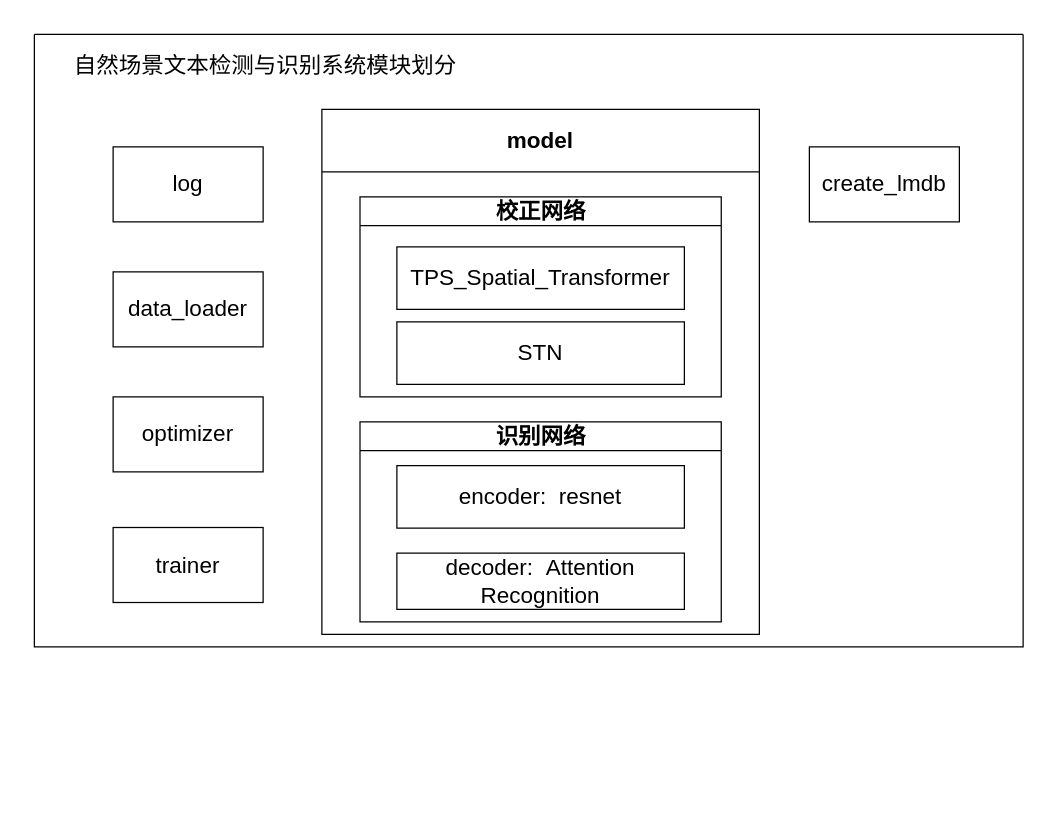
Above: 未命名绘图.drawio in Dong-J93/_pictures (draw.io), before the change. Source tidied: cells renumbered, new cells numbered last; positions are measured from the earlier drawing's top-left corner, leaving out a move shared by most shapes. Both pictures are drawn from the tidied source at 125%, with x=0, y=0 at pixel (21, 21).
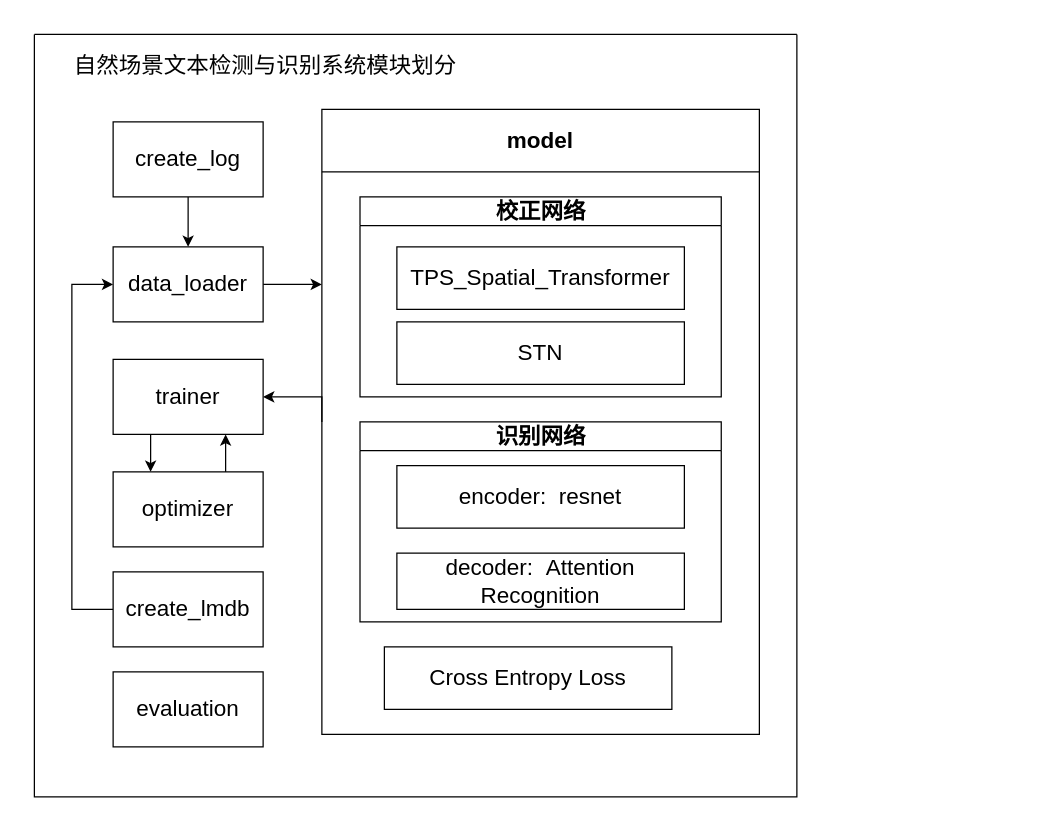
The same page after the edit.

Commit message:
更新未命名绘图.drawio

Change to the diagram source:
```diff
@@
     <mxCell id="2" style="swimlane;startSize=0;" parent="1" vertex="1">
-      <mxGeometry x="10" y="10" width="791" height="490" as="geometry" />
+      <mxGeometry x="10" y="10" width="610" height="610" as="geometry" />
     </mxCell>
+    <mxCell id="16" style="edgeStyle=orthogonalEdgeStyle;rounded=0;jettySize=auto;html=1;exitX=0;exitY=0.5;exitDx=0;exitDy=0;" parent="2" edge="1" source="3" target="11">
+      <mxGeometry relative="1" as="geometry">
+        <Array as="points">
+          <mxPoint x="230" y="290" />
+        </Array>
+      </mxGeometry>
+    </mxCell>
     <mxCell id="3" value="&lt;font style=&quot;font-size: 18px;&quot;&gt;model&lt;/font&gt;" style="swimlane;whiteSpace=wrap;html=1;startSize=50;" parent="2" vertex="1">
-      <mxGeometry x="230" y="60" width="350" height="420" as="geometry" />
+      <mxGeometry x="230" y="60" width="350" height="500" as="geometry" />
     </mxCell>
@@
+    <mxCell id="17" value="&lt;font style=&quot;font-size: 18px;&quot;&gt;Cross Entropy Loss&lt;/font&gt;" style="rounded=0;whiteSpace=wrap;html=1;" parent="3" vertex="1">
+      <mxGeometry x="50" y="430" width="230" height="50" as="geometry" />
+    </mxCell>
+    <mxCell id="18" style="edgeStyle=orthogonalEdgeStyle;rounded=0;jettySize=auto;html=1;exitX=1;exitY=0.5;exitDx=0;exitDy=0;" parent="2" edge="1" source="10">
+      <mxGeometry relative="1" as="geometry">
+        <mxPoint x="230" y="200" as="targetPoint" />
+        <Array as="points">
+          <mxPoint x="230" y="200" />
+        </Array>
+      </mxGeometry>
+    </mxCell>
     <mxCell id="10" value="&lt;font style=&quot;font-size: 18px;&quot;&gt;data_loader&lt;/font&gt;" style="rounded=0;whiteSpace=wrap;html=1;" parent="2" vertex="1">
-      <mxGeometry x="63" y="190" width="120" height="60" as="geometry" />
+      <mxGeometry x="63" y="170" width="120" height="60" as="geometry" />
     </mxCell>
+    <mxCell id="19" style="edgeStyle=orthogonalEdgeStyle;rounded=0;jettySize=auto;html=1;exitX=0.25;exitY=1;exitDx=0;exitDy=0;entryX=0.25;entryY=0;entryDx=0;entryDy=0;" parent="2" edge="1" source="11" target="12">
+      <mxGeometry relative="1" as="geometry" />
+    </mxCell>
-    <mxCell id="11" value="&lt;font style=&quot;font-size: 18px;&quot;&gt;optimizer&lt;/font&gt;" style="rounded=0;whiteSpace=wrap;html=1;" parent="2" vertex="1">
-      <mxGeometry x="63" y="290" width="120" height="60" as="geometry" />
+    <mxCell id="11" value="&lt;font style=&quot;font-size: 18px;&quot;&gt;trainer&lt;/font&gt;" style="rounded=0;whiteSpace=wrap;html=1;" parent="2" vertex="1">
+      <mxGeometry x="63" y="260" width="120" height="60" as="geometry" />
     </mxCell>
+    <mxCell id="20" style="edgeStyle=orthogonalEdgeStyle;rounded=0;jettySize=auto;html=1;exitX=0.75;exitY=0;exitDx=0;exitDy=0;entryX=0.75;entryY=1;entryDx=0;entryDy=0;" parent="2" edge="1" source="12" target="11">
+      <mxGeometry relative="1" as="geometry" />
+    </mxCell>
-    <mxCell id="12" value="&lt;span style=&quot;font-size: 18px;&quot;&gt;trainer&lt;/span&gt;" style="rounded=0;whiteSpace=wrap;html=1;" parent="2" vertex="1">
-      <mxGeometry x="63" y="394.5" width="120" height="60" as="geometry" />
+    <mxCell id="12" value="&lt;span style=&quot;font-size: 18px;&quot;&gt;optimizer&lt;/span&gt;" style="rounded=0;whiteSpace=wrap;html=1;" parent="2" vertex="1">
+      <mxGeometry x="63" y="350" width="120" height="60" as="geometry" />
     </mxCell>
@@
+    <mxCell id="21" style="edgeStyle=orthogonalEdgeStyle;rounded=0;jettySize=auto;html=1;exitX=0.5;exitY=1;exitDx=0;exitDy=0;entryX=0.5;entryY=0;entryDx=0;entryDy=0;" parent="2" edge="1" source="14" target="10">
+      <mxGeometry relative="1" as="geometry" />
+    </mxCell>
-    <mxCell id="14" value="&lt;font style=&quot;font-size: 18px;&quot;&gt;log&lt;/font&gt;" style="rounded=0;whiteSpace=wrap;html=1;" parent="2" vertex="1">
-      <mxGeometry x="63" y="90" width="120" height="60" as="geometry" />
+    <mxCell id="14" value="&lt;font style=&quot;font-size: 18px;&quot;&gt;create_log&lt;/font&gt;" style="rounded=0;whiteSpace=wrap;html=1;" parent="2" vertex="1">
+      <mxGeometry x="63" y="70" width="120" height="60" as="geometry" />
     </mxCell>
+    <mxCell id="22" style="edgeStyle=orthogonalEdgeStyle;rounded=0;jettySize=auto;html=1;exitX=0;exitY=0.5;exitDx=0;exitDy=0;entryX=0;entryY=0.5;entryDx=0;entryDy=0;" parent="2" edge="1" source="15" target="10">
+      <mxGeometry relative="1" as="geometry">
+        <Array as="points">
+          <mxPoint x="30" y="460" />
+          <mxPoint x="30" y="200" />
+        </Array>
+      </mxGeometry>
+    </mxCell>
     <mxCell id="15" value="&lt;font style=&quot;font-size: 18px;&quot;&gt;create_lmdb&lt;/font&gt;" style="rounded=0;whiteSpace=wrap;html=1;" parent="2" vertex="1">
-      <mxGeometry x="620" y="90" width="120" height="60" as="geometry" />
+      <mxGeometry x="63" y="430" width="120" height="60" as="geometry" />
     </mxCell>
+    <mxCell id="23" value="&lt;span style=&quot;font-size: 18px;&quot;&gt;evaluation&lt;/span&gt;" style="rounded=0;whiteSpace=wrap;html=1;" parent="2" vertex="1">
+      <mxGeometry x="63" y="510" width="120" height="60" as="geometry" />
+    </mxCell>
```
